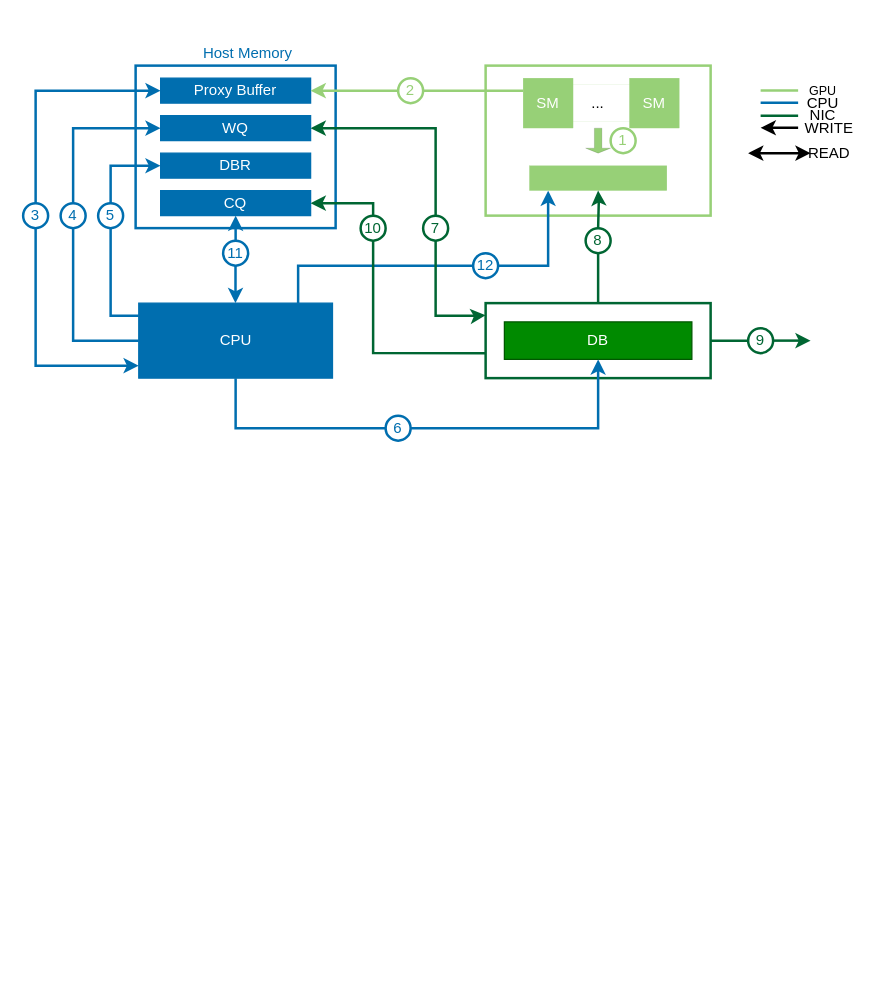
The draw.io diagram IBRC/IBGDA.drawio in icclBrother/AIinfraDocs, before the edit. Source tidied: cells renumbered, new cells numbered last; positions are measured from the earlier drawing's top-left corner, leaving out a move shared by most shapes. Both pictures are drawn from the tidied source at 125%, with x=0, y=0 at pixel (22, 21).
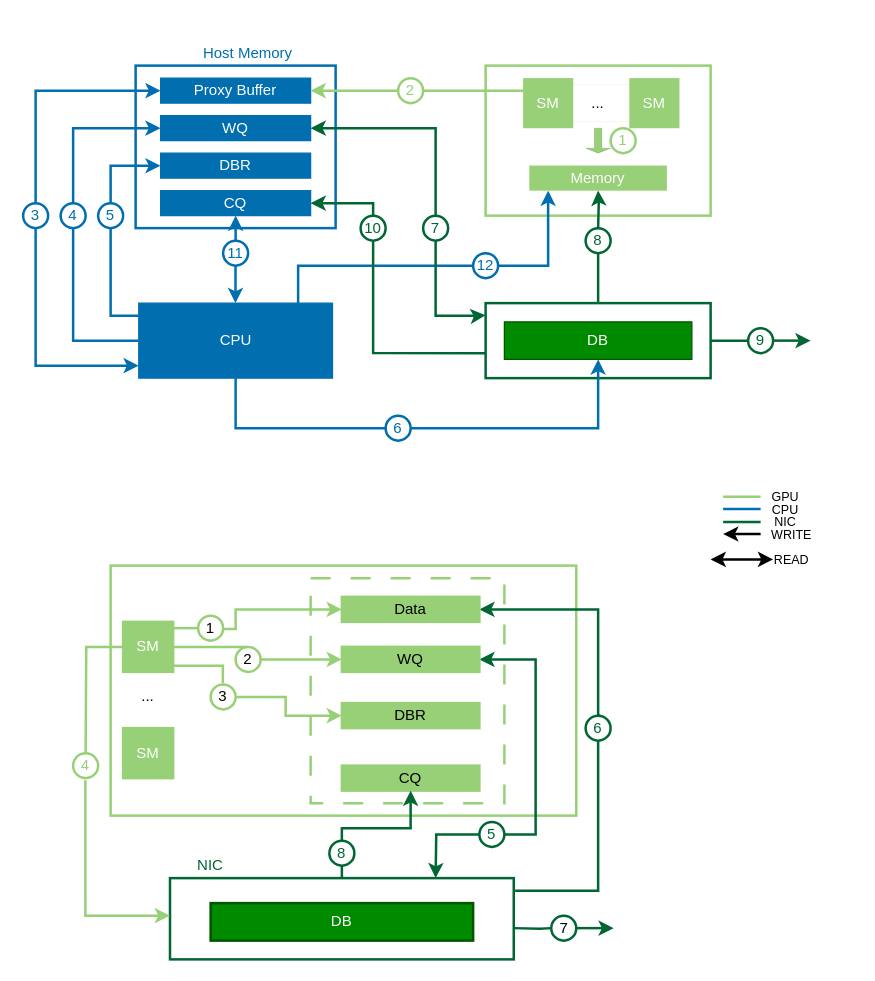
Above is the later version.

The edit, as a diff of the source:
```diff
@@
+    <mxCell id="61" style="rounded=0;whiteSpace=wrap;html=1;strokeColor=#006633;strokeWidth=2;" parent="1" vertex="1">
+      <mxGeometry x="117.5" y="685" width="275" height="65" as="geometry" />
+    </mxCell>
@@
-    <mxCell id="30" style="rounded=0;whiteSpace=wrap;html=1;fillColor=#97D077;strokeColor=#97D077;strokeWidth=0;" parent="1" vertex="1">
+    <mxCell id="30" value="&lt;span style=&quot;color: rgb(255, 255, 255);&quot;&gt;Memory&lt;/span&gt;" style="rounded=0;whiteSpace=wrap;html=1;fillColor=#97D077;strokeColor=#97D077;strokeWidth=0;" parent="1" vertex="1">
       <mxGeometry x="405" y="115" width="110" height="20" as="geometry" />
     </mxCell>
@@
-    <mxCell id="46" style="edgeStyle=orthogonalEdgeStyle;rounded=0;orthogonalLoop=1;jettySize=auto;html=1;endArrow=none;endFill=0;startArrow=none;startFill=0;strokeWidth=2;strokeColor=#97D077;" parent="1" edge="1">
-      <mxGeometry relative="1" as="geometry">
-        <mxPoint x="620" y="54.9" as="sourcePoint" />
-        <mxPoint x="590" y="54.9" as="targetPoint" />
-        <Array as="points">
-          <mxPoint x="600" y="54.9" />
-          <mxPoint x="600" y="54.9" />
-        </Array>
-      </mxGeometry>
-    </mxCell>
-    <mxCell id="47" style="edgeStyle=orthogonalEdgeStyle;rounded=0;orthogonalLoop=1;jettySize=auto;html=1;endArrow=none;endFill=0;startArrow=none;startFill=0;strokeWidth=2;strokeColor=#006EAF;" parent="1" edge="1">
-      <mxGeometry relative="1" as="geometry">
-        <mxPoint x="620" y="64.7" as="sourcePoint" />
-        <mxPoint x="590" y="64.7" as="targetPoint" />
-        <Array as="points">
-          <mxPoint x="600" y="64.7" />
-          <mxPoint x="600" y="64.7" />
-        </Array>
-      </mxGeometry>
-    </mxCell>
-    <mxCell id="48" style="edgeStyle=orthogonalEdgeStyle;rounded=0;orthogonalLoop=1;jettySize=auto;html=1;endArrow=none;endFill=0;startArrow=none;startFill=0;strokeWidth=2;strokeColor=#006633;" parent="1" edge="1">
-      <mxGeometry relative="1" as="geometry">
-        <mxPoint x="620" y="75" as="sourcePoint" />
-        <mxPoint x="590" y="75" as="targetPoint" />
-        <Array as="points">
-          <mxPoint x="600" y="75" />
-          <mxPoint x="600" y="75" />
-        </Array>
-      </mxGeometry>
-    </mxCell>
-    <mxCell id="49" style="edgeStyle=orthogonalEdgeStyle;rounded=0;orthogonalLoop=1;jettySize=auto;html=1;endArrow=classic;endFill=1;startArrow=none;startFill=0;strokeWidth=2;" parent="1" edge="1">
-      <mxGeometry relative="1" as="geometry">
-        <mxPoint x="620" y="84.7" as="sourcePoint" />
-        <mxPoint x="590" y="84.7" as="targetPoint" />
-        <Array as="points">
-          <mxPoint x="600" y="84.7" />
-          <mxPoint x="600" y="84.7" />
-        </Array>
-      </mxGeometry>
-    </mxCell>
-    <mxCell id="50" style="edgeStyle=orthogonalEdgeStyle;rounded=0;orthogonalLoop=1;jettySize=auto;html=1;endArrow=classic;endFill=1;startArrow=classic;startFill=1;strokeWidth=2;" parent="1" edge="1">
-      <mxGeometry relative="1" as="geometry">
-        <mxPoint x="630" y="105" as="sourcePoint" />
-        <mxPoint x="580" y="105" as="targetPoint" />
-        <Array as="points">
-          <mxPoint x="610" y="105.1" />
-          <mxPoint x="610" y="105.1" />
-        </Array>
-      </mxGeometry>
-    </mxCell>
-    <mxCell id="51" value="&lt;font style=&quot;font-size: 10px;&quot;&gt;GPU&lt;/font&gt;" style="text;html=1;align=center;verticalAlign=middle;whiteSpace=wrap;rounded=0;" parent="1" vertex="1">
-      <mxGeometry x="630" y="50" width="20" height="10" as="geometry" />
-    </mxCell>
-    <mxCell id="52" value="CPU" style="text;html=1;align=center;verticalAlign=middle;whiteSpace=wrap;rounded=0;" parent="1" vertex="1">
-      <mxGeometry x="630" y="60" width="20" height="10" as="geometry" />
-    </mxCell>
-    <mxCell id="53" value="NIC" style="text;html=1;align=center;verticalAlign=middle;whiteSpace=wrap;rounded=0;" parent="1" vertex="1">
-      <mxGeometry x="630" y="70" width="20" height="10" as="geometry" />
-    </mxCell>
-    <mxCell id="54" value="WRITE" style="text;html=1;align=center;verticalAlign=middle;whiteSpace=wrap;rounded=0;" parent="1" vertex="1">
-      <mxGeometry x="630" y="80" width="30" height="10" as="geometry" />
-    </mxCell>
-    <mxCell id="55" value="READ" style="text;html=1;align=center;verticalAlign=middle;whiteSpace=wrap;rounded=0;" parent="1" vertex="1">
-      <mxGeometry x="630" y="95" width="30" height="20" as="geometry" />
-    </mxCell>
@@
+    <mxCell id="62" style="rounded=0;whiteSpace=wrap;html=1;strokeWidth=2;strokeColor=#97D077;" parent="1" vertex="1">
+      <mxGeometry x="70" y="435" width="372.5" height="200" as="geometry" />
+    </mxCell>
+    <mxCell id="63" style="edgeStyle=orthogonalEdgeStyle;rounded=0;jettySize=auto;html=1;strokeWidth=2;exitX=0;exitY=0.5;exitDx=0;exitDy=0;endArrow=none;endFill=0;strokeColor=#97D077;" parent="1" edge="1" source="64">
+      <mxGeometry relative="1" as="geometry">
+        <mxPoint x="50" y="585" as="targetPoint" />
+      </mxGeometry>
+    </mxCell>
+    <mxCell id="64" value="&lt;span style=&quot;color: rgb(255, 255, 255);&quot;&gt;SM&lt;/span&gt;" style="whiteSpace=wrap;html=1;strokeWidth=2;fillColor=#97D077;strokeColor=#97D077;" parent="1" vertex="1">
+      <mxGeometry x="80" y="480" width="40" height="40" as="geometry" />
+    </mxCell>
+    <mxCell id="65" value="&lt;span style=&quot;color: rgb(255, 255, 255);&quot;&gt;SM&lt;/span&gt;" style="whiteSpace=wrap;html=1;strokeWidth=2;fillColor=#97D077;strokeColor=#97D077;" parent="1" vertex="1">
+      <mxGeometry x="80" y="565" width="40" height="40" as="geometry" />
+    </mxCell>
+    <mxCell id="66" value="..." style="text;html=1;align=center;verticalAlign=middle;whiteSpace=wrap;rounded=0;strokeWidth=2;" parent="1" vertex="1">
+      <mxGeometry x="70" y="525" width="60" height="30" as="geometry" />
+    </mxCell>
+    <mxCell id="67" style="rounded=0;whiteSpace=wrap;html=1;strokeColor=#97D077;dashed=1;dashPattern=8 8;strokeWidth=2;" parent="1" vertex="1">
+      <mxGeometry x="230" y="445" width="155" height="180" as="geometry" />
+    </mxCell>
+    <mxCell id="68" style="edgeStyle=orthogonalEdgeStyle;rounded=0;jettySize=auto;html=1;entryX=-0.003;entryY=0.417;entryDx=0;entryDy=0;entryPerimeter=0;endArrow=none;endFill=0;strokeWidth=2;startArrow=classic;startFill=1;strokeColor=#006633;" parent="1" edge="1" source="69" target="94">
+      <mxGeometry relative="1" as="geometry">
+        <Array as="points">
+          <mxPoint x="460" y="470" />
+          <mxPoint x="460" y="555" />
+        </Array>
+      </mxGeometry>
+    </mxCell>
+    <mxCell id="69" value="Data" style="rounded=0;whiteSpace=wrap;html=1;fillColor=#97D077;strokeColor=#97D077;strokeWidth=2;" parent="1" vertex="1">
+      <mxGeometry x="255" y="460" width="110" height="20" as="geometry" />
+    </mxCell>
+    <mxCell id="70" style="edgeStyle=orthogonalEdgeStyle;rounded=0;jettySize=auto;html=1;entryX=0.5;entryY=0;entryDx=0;entryDy=0;endArrow=none;endFill=0;strokeWidth=2;startArrow=classic;startFill=1;strokeColor=#006633;" parent="1" edge="1" source="71" target="92">
+      <mxGeometry relative="1" as="geometry">
+        <Array as="points">
+          <mxPoint x="410" y="510" />
+          <mxPoint x="410" y="650" />
+        </Array>
+      </mxGeometry>
+    </mxCell>
+    <mxCell id="71" value="WQ" style="rounded=0;whiteSpace=wrap;html=1;fillColor=#97D077;strokeColor=#97D077;strokeWidth=2;" parent="1" vertex="1">
+      <mxGeometry x="255" y="500" width="110" height="20" as="geometry" />
+    </mxCell>
+    <mxCell id="72" value="DBR" style="rounded=0;whiteSpace=wrap;html=1;fillColor=#97D077;strokeColor=#97D077;strokeWidth=2;" parent="1" vertex="1">
+      <mxGeometry x="255" y="545" width="110" height="20" as="geometry" />
+    </mxCell>
+    <mxCell id="73" value="CQ" style="rounded=0;whiteSpace=wrap;html=1;fillColor=#97D077;strokeColor=#97D077;strokeWidth=2;" parent="1" vertex="1">
+      <mxGeometry x="255" y="595" width="110" height="20" as="geometry" />
+    </mxCell>
+    <mxCell id="74" style="edgeStyle=orthogonalEdgeStyle;rounded=0;jettySize=auto;html=1;entryX=0;entryY=0.5;entryDx=0;entryDy=0;exitX=1.047;exitY=0.573;exitDx=0;exitDy=0;exitPerimeter=0;strokeWidth=2;strokeColor=#97D077;" parent="1" edge="1" target="69">
+      <mxGeometry relative="1" as="geometry">
+        <mxPoint x="160.5" y="485.7" as="sourcePoint" />
+        <Array as="points">
+          <mxPoint x="170" y="486" />
+          <mxPoint x="170" y="470" />
+        </Array>
+      </mxGeometry>
+    </mxCell>
+    <mxCell id="75" style="edgeStyle=orthogonalEdgeStyle;rounded=0;orthogonalLoop=1;jettySize=auto;html=1;endArrow=none;endFill=0;strokeWidth=2;strokeColor=#97D077;" parent="1" edge="1">
+      <mxGeometry relative="1" as="geometry">
+        <mxPoint x="140" y="485" as="sourcePoint" />
+        <mxPoint x="120" y="485" as="targetPoint" />
+        <Array as="points">
+          <mxPoint x="130" y="485" />
+          <mxPoint x="130" y="485" />
+        </Array>
+      </mxGeometry>
+    </mxCell>
+    <mxCell id="76" style="edgeStyle=orthogonalEdgeStyle;rounded=0;jettySize=auto;html=1;endArrow=none;endFill=0;exitX=0.5;exitY=0;exitDx=0;exitDy=0;strokeWidth=2;strokeColor=#97D077;" parent="1" edge="1" source="86" target="64">
+      <mxGeometry relative="1" as="geometry">
+        <Array as="points">
+          <mxPoint x="170" y="500" />
+          <mxPoint x="170" y="500" />
+        </Array>
+      </mxGeometry>
+    </mxCell>
+    <mxCell id="77" style="edgeStyle=orthogonalEdgeStyle;rounded=0;jettySize=auto;html=1;strokeWidth=2;strokeColor=#97D077;" parent="1" edge="1" source="86" target="71">
+      <mxGeometry relative="1" as="geometry">
+        <Array as="points">
+          <mxPoint x="210" y="510" />
+        </Array>
+      </mxGeometry>
+    </mxCell>
+    <mxCell id="78" style="edgeStyle=orthogonalEdgeStyle;rounded=0;jettySize=auto;html=1;endArrow=none;endFill=0;exitX=0.489;exitY=-0.06;exitDx=0;exitDy=0;exitPerimeter=0;strokeWidth=2;strokeColor=#97D077;" parent="1" edge="1" source="85">
+      <mxGeometry relative="1" as="geometry">
+        <mxPoint x="120" y="515" as="targetPoint" />
+        <Array as="points">
+          <mxPoint x="160" y="515" />
+        </Array>
+      </mxGeometry>
+    </mxCell>
+    <mxCell id="79" style="edgeStyle=orthogonalEdgeStyle;rounded=0;jettySize=auto;html=1;exitX=1;exitY=0.5;exitDx=0;exitDy=0;strokeWidth=2;strokeColor=#97D077;" parent="1" edge="1" source="85">
+      <mxGeometry relative="1" as="geometry">
+        <mxPoint x="255" y="555" as="targetPoint" />
+        <Array as="points">
+          <mxPoint x="210" y="540" />
+          <mxPoint x="210" y="555" />
+        </Array>
+      </mxGeometry>
+    </mxCell>
+    <mxCell id="80" value="DB" style="rounded=0;whiteSpace=wrap;html=1;fillColor=#008a00;fontColor=#ffffff;strokeColor=#005700;strokeWidth=2;" parent="1" vertex="1">
+      <mxGeometry x="150" y="705" width="210" height="30" as="geometry" />
+    </mxCell>
+    <mxCell id="81" value="&lt;span style=&quot;color: rgb(0, 102, 51);&quot;&gt;NIC&lt;/span&gt;" style="text;html=1;align=center;verticalAlign=middle;whiteSpace=wrap;rounded=0;strokeWidth=2;" parent="1" vertex="1">
+      <mxGeometry x="120" y="660" width="60" height="30" as="geometry" />
+    </mxCell>
+    <mxCell id="82" style="edgeStyle=orthogonalEdgeStyle;rounded=0;jettySize=auto;html=1;endArrow=none;endFill=0;strokeWidth=2;strokeColor=#006633;" parent="1" edge="1" source="61" target="83">
+      <mxGeometry relative="1" as="geometry">
+        <Array as="points">
+          <mxPoint x="260" y="685" />
+          <mxPoint x="260" y="685" />
+        </Array>
+      </mxGeometry>
+    </mxCell>
+    <mxCell id="83" value="&lt;span style=&quot;color: rgb(0, 102, 51);&quot;&gt;8&lt;/span&gt;" style="ellipse;whiteSpace=wrap;html=1;strokeColor=#006633;strokeWidth=2;" parent="1" vertex="1">
+      <mxGeometry x="245" y="655" width="20" height="20" as="geometry" />
+    </mxCell>
+    <mxCell id="84" style="edgeStyle=orthogonalEdgeStyle;rounded=0;jettySize=auto;html=1;strokeWidth=2;strokeColor=#006633;" parent="1" edge="1" source="83" target="73">
+      <mxGeometry relative="1" as="geometry">
+        <Array as="points">
+          <mxPoint x="255" y="645" />
+          <mxPoint x="310" y="645" />
+        </Array>
+      </mxGeometry>
+    </mxCell>
+    <mxCell id="85" value="3" style="ellipse;whiteSpace=wrap;html=1;strokeColor=#97D077;strokeWidth=2;" parent="1" vertex="1">
+      <mxGeometry x="150" y="530" width="20" height="20" as="geometry" />
+    </mxCell>
+    <mxCell id="86" value="2" style="ellipse;whiteSpace=wrap;html=1;strokeColor=#97D077;strokeWidth=2;" parent="1" vertex="1">
+      <mxGeometry x="170" y="500" width="20" height="20" as="geometry" />
+    </mxCell>
+    <mxCell id="87" value="1" style="ellipse;whiteSpace=wrap;html=1;strokeColor=#97D077;strokeWidth=2;" parent="1" vertex="1">
+      <mxGeometry x="140" y="475" width="20" height="20" as="geometry" />
+    </mxCell>
+    <mxCell id="88" style="edgeStyle=orthogonalEdgeStyle;rounded=0;jettySize=auto;html=1;endArrow=none;endFill=0;strokeWidth=2;strokeColor=#006633;" parent="1" edge="1" target="90">
+      <mxGeometry relative="1" as="geometry">
+        <mxPoint x="392.5" y="725" as="sourcePoint" />
+      </mxGeometry>
+    </mxCell>
+    <mxCell id="89" style="edgeStyle=orthogonalEdgeStyle;rounded=0;jettySize=auto;html=1;strokeColor=#006633;strokeWidth=2;" parent="1" edge="1" source="90">
+      <mxGeometry relative="1" as="geometry">
+        <mxPoint x="472.5" y="725" as="targetPoint" />
+        <Array as="points">
+          <mxPoint x="452.5" y="725" />
+          <mxPoint x="452.5" y="725" />
+        </Array>
+      </mxGeometry>
+    </mxCell>
+    <mxCell id="90" value="7" style="ellipse;whiteSpace=wrap;html=1;strokeColor=#006633;rounded=0;strokeWidth=2;" parent="1" vertex="1">
+      <mxGeometry x="422.5" y="715" width="20" height="20" as="geometry" />
+    </mxCell>
+    <mxCell id="91" style="edgeStyle=orthogonalEdgeStyle;rounded=0;jettySize=auto;html=1;strokeWidth=2;strokeColor=#006633;" parent="1" edge="1" source="92">
+      <mxGeometry relative="1" as="geometry">
+        <mxPoint x="330" y="685" as="targetPoint" />
+      </mxGeometry>
+    </mxCell>
+    <mxCell id="92" value="&lt;span style=&quot;color: rgb(0, 102, 51);&quot;&gt;5&lt;/span&gt;" style="ellipse;whiteSpace=wrap;html=1;strokeColor=#006633;rounded=0;strokeWidth=2;direction=south;" parent="1" vertex="1">
+      <mxGeometry x="365" y="640" width="20" height="20" as="geometry" />
+    </mxCell>
+    <mxCell id="93" style="edgeStyle=orthogonalEdgeStyle;rounded=0;jettySize=auto;html=1;endArrow=none;endFill=0;entryX=1.004;entryY=0.156;entryDx=0;entryDy=0;entryPerimeter=0;strokeWidth=2;strokeColor=#006633;" parent="1" edge="1" target="61">
+      <mxGeometry relative="1" as="geometry">
+        <mxPoint x="460" y="575" as="sourcePoint" />
+        <Array as="points">
+          <mxPoint x="460" y="695" />
+          <mxPoint x="420" y="695" />
+        </Array>
+      </mxGeometry>
+    </mxCell>
+    <mxCell id="94" value="&lt;span style=&quot;color: rgb(0, 102, 51);&quot;&gt;6&lt;/span&gt;" style="ellipse;whiteSpace=wrap;html=1;strokeColor=#006633;rounded=0;strokeWidth=2;direction=south;" parent="1" vertex="1">
+      <mxGeometry x="450" y="555" width="20" height="20" as="geometry" />
+    </mxCell>
+    <mxCell id="95" style="edgeStyle=orthogonalEdgeStyle;rounded=0;orthogonalLoop=1;jettySize=auto;html=1;endArrow=none;endFill=0;startArrow=none;startFill=0;strokeWidth=2;strokeColor=#97D077;" parent="1" edge="1">
+      <mxGeometry relative="1" as="geometry">
+        <mxPoint x="590" y="379.9" as="sourcePoint" />
+        <mxPoint x="560" y="379.9" as="targetPoint" />
+        <Array as="points">
+          <mxPoint x="570" y="379.9" />
+          <mxPoint x="570" y="379.9" />
+        </Array>
+      </mxGeometry>
+    </mxCell>
+    <mxCell id="96" style="edgeStyle=orthogonalEdgeStyle;rounded=0;orthogonalLoop=1;jettySize=auto;html=1;endArrow=none;endFill=0;startArrow=none;startFill=0;strokeWidth=2;strokeColor=#006EAF;" parent="1" edge="1">
+      <mxGeometry relative="1" as="geometry">
+        <mxPoint x="590" y="389.7" as="sourcePoint" />
+        <mxPoint x="560" y="389.7" as="targetPoint" />
+        <Array as="points">
+          <mxPoint x="570" y="389.7" />
+          <mxPoint x="570" y="389.7" />
+        </Array>
+      </mxGeometry>
+    </mxCell>
+    <mxCell id="97" style="edgeStyle=orthogonalEdgeStyle;rounded=0;orthogonalLoop=1;jettySize=auto;html=1;endArrow=none;endFill=0;startArrow=none;startFill=0;strokeWidth=2;strokeColor=#006633;" parent="1" edge="1">
+      <mxGeometry relative="1" as="geometry">
+        <mxPoint x="590" y="400" as="sourcePoint" />
+        <mxPoint x="560" y="400" as="targetPoint" />
+        <Array as="points">
+          <mxPoint x="570" y="400" />
+          <mxPoint x="570" y="400" />
+        </Array>
+      </mxGeometry>
+    </mxCell>
+    <mxCell id="98" style="edgeStyle=orthogonalEdgeStyle;rounded=0;orthogonalLoop=1;jettySize=auto;html=1;endArrow=classic;endFill=1;startArrow=none;startFill=0;strokeWidth=2;" parent="1" edge="1">
+      <mxGeometry relative="1" as="geometry">
+        <mxPoint x="590" y="409.7" as="sourcePoint" />
+        <mxPoint x="560" y="409.7" as="targetPoint" />
+        <Array as="points">
+          <mxPoint x="570" y="409.7" />
+          <mxPoint x="570" y="409.7" />
+        </Array>
+      </mxGeometry>
+    </mxCell>
+    <mxCell id="99" style="edgeStyle=orthogonalEdgeStyle;rounded=0;orthogonalLoop=1;jettySize=auto;html=1;endArrow=classic;endFill=1;startArrow=classic;startFill=1;strokeWidth=2;" parent="1" edge="1">
+      <mxGeometry relative="1" as="geometry">
+        <mxPoint x="600" y="430" as="sourcePoint" />
+        <mxPoint x="550" y="430" as="targetPoint" />
+        <Array as="points">
+          <mxPoint x="580" y="430.1" />
+          <mxPoint x="580" y="430.1" />
+        </Array>
+      </mxGeometry>
+    </mxCell>
+    <mxCell id="51" value="&lt;font style=&quot;font-size: 10px;&quot;&gt;GPU&lt;/font&gt;" style="text;html=1;align=center;verticalAlign=middle;whiteSpace=wrap;rounded=0;" parent="1" vertex="1">
+      <mxGeometry x="600" y="375" width="20" height="10" as="geometry" />
+    </mxCell>
+    <mxCell id="52" value="&lt;font style=&quot;font-size: 10px;&quot;&gt;CPU&lt;/font&gt;" style="text;html=1;align=center;verticalAlign=middle;whiteSpace=wrap;rounded=0;" parent="1" vertex="1">
+      <mxGeometry x="600" y="385" width="20" height="10" as="geometry" />
+    </mxCell>
+    <mxCell id="100" value="&lt;font style=&quot;font-size: 10px;&quot;&gt;NIC&lt;/font&gt;" style="text;html=1;align=center;verticalAlign=middle;whiteSpace=wrap;rounded=0;" parent="1" vertex="1">
+      <mxGeometry x="600" y="395" width="20" height="10" as="geometry" />
+    </mxCell>
+    <mxCell id="54" value="&lt;font style=&quot;font-size: 10px;&quot;&gt;WRITE&lt;/font&gt;" style="text;html=1;align=center;verticalAlign=middle;whiteSpace=wrap;rounded=0;" parent="1" vertex="1">
+      <mxGeometry x="600" y="405" width="30" height="10" as="geometry" />
+    </mxCell>
+    <mxCell id="55" value="&lt;font style=&quot;font-size: 10px;&quot;&gt;READ&lt;/font&gt;" style="text;html=1;align=center;verticalAlign=middle;whiteSpace=wrap;rounded=0;" parent="1" vertex="1">
+      <mxGeometry x="600" y="420" width="30" height="20" as="geometry" />
+    </mxCell>
+    <mxCell id="101" style="edgeStyle=orthogonalEdgeStyle;rounded=0;jettySize=auto;html=1;endArrow=classic;endFill=1;exitX=0.489;exitY=1.087;exitDx=0;exitDy=0;exitPerimeter=0;strokeWidth=2;strokeColor=#97D077;" parent="1" edge="1" source="102">
+      <mxGeometry relative="1" as="geometry">
+        <mxPoint x="117.5" y="715" as="targetPoint" />
+        <Array as="points">
+          <mxPoint x="50" y="715" />
+        </Array>
+      </mxGeometry>
+    </mxCell>
+    <mxCell id="102" value="&lt;span style=&quot;color: rgb(151, 208, 119);&quot;&gt;4&lt;/span&gt;" style="ellipse;whiteSpace=wrap;html=1;strokeColor=#97D077;strokeWidth=2;" parent="1" vertex="1">
+      <mxGeometry x="40" y="585" width="20" height="20" as="geometry" />
+    </mxCell>
```
